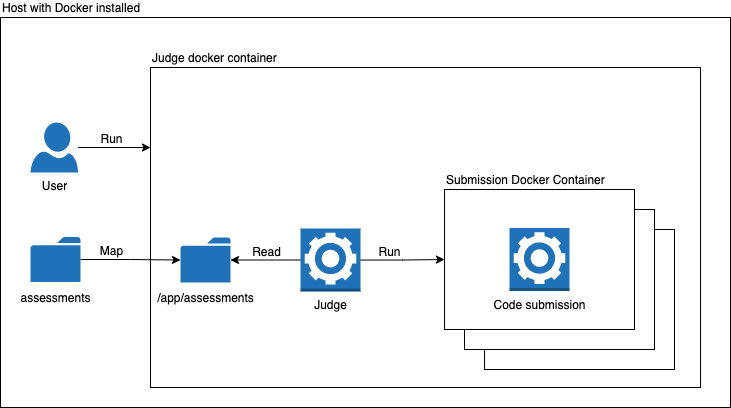
Above: .github/blobs/JudgePackageDiagram.png in shumutun/bluescape (draw.io), before the change. Source tidied: cells renumbered, new cells last; positions are measured from the earlier drawing's top-left corner, leaving out a move shared by most shapes. Its diagram source:
```xml
<mxGraphModel>
  <root>
    <mxCell id="0" />
    <mxCell id="1" parent="0" />
    <mxCell id="2" value="Host with Docker installed" style="whiteSpace=wrap;html=1;labelPosition=center;verticalLabelPosition=top;align=left;verticalAlign=bottom;fillColor=default;" parent="1" vertex="1">
      <mxGeometry width="730" height="390" as="geometry" />
    </mxCell>
    <mxCell id="3" value="Judge docker container" style="rounded=0;whiteSpace=wrap;html=1;fontFamily=Helvetica;fontSize=12;fillColor=default;labelPosition=center;verticalLabelPosition=top;align=left;verticalAlign=bottom;" parent="1" vertex="1">
      <mxGeometry x="150" y="50" width="550" height="320" as="geometry" />
    </mxCell>
    <mxCell id="4" style="rounded=0;whiteSpace=wrap;html=1;fontFamily=Helvetica;fontSize=12;fillColor=default;labelPosition=center;verticalLabelPosition=top;align=left;verticalAlign=bottom;" parent="1" vertex="1">
      <mxGeometry x="484" y="212" width="190" height="140" as="geometry" />
    </mxCell>
    <mxCell id="5" style="rounded=0;whiteSpace=wrap;html=1;fontFamily=Helvetica;fontSize=12;fillColor=default;labelPosition=center;verticalLabelPosition=top;align=left;verticalAlign=bottom;" parent="1" vertex="1">
      <mxGeometry x="464" y="192" width="190" height="140" as="geometry" />
    </mxCell>
    <mxCell id="6" style="edgeStyle=orthogonalEdgeStyle;rounded=0;jettySize=auto;html=1;entryX=0;entryY=0.25;entryDx=0;entryDy=0;" parent="1" edge="1" source="8" target="3">
      <mxGeometry relative="1" as="geometry" />
    </mxCell>
    <mxCell id="7" value="Run" style="edgeLabel;html=1;align=center;verticalAlign=bottom;fontSize=12;fontFamily=Helvetica;labelPosition=center;verticalLabelPosition=top;" parent="6" vertex="1">
      <mxGeometry x="0.09" y="2" relative="1" as="geometry">
        <mxPoint x="-7" y="2" as="offset" />
      </mxGeometry>
    </mxCell>
    <mxCell id="8" value="User" style="verticalLabelPosition=bottom;html=1;verticalAlign=top;align=center;strokeColor=none;fillColor=#2072B8;shape=mxgraph.azure.user;fontFamily=Helvetica;" parent="1" vertex="1">
      <mxGeometry x="30" y="105" width="47.5" height="50" as="geometry" />
    </mxCell>
    <mxCell id="9" style="edgeStyle=orthogonalEdgeStyle;rounded=0;jettySize=auto;html=1;fontFamily=Helvetica;fontSize=12;" parent="1" edge="1" source="11" target="12">
      <mxGeometry relative="1" as="geometry" />
    </mxCell>
    <mxCell id="10" value="Map" style="edgeLabel;html=1;align=center;verticalAlign=bottom;fontSize=12;fontFamily=Helvetica;labelPosition=center;verticalLabelPosition=top;" parent="9" vertex="1">
      <mxGeometry x="-0.26" y="-1" relative="1" as="geometry">
        <mxPoint x="-7" y="-1" as="offset" />
      </mxGeometry>
    </mxCell>
    <mxCell id="11" value="&lt;div style=&quot;background-color: rgb(255, 255, 255); line-height: 18px; font-size: 12px;&quot;&gt;assessments&lt;/div&gt;" style="sketch=0;shadow=0;dashed=0;html=1;strokeColor=none;labelPosition=center;verticalLabelPosition=bottom;verticalAlign=top;outlineConnect=0;align=center;shape=mxgraph.office.concepts.folder;fillColor=#2072B8;fontFamily=Helvetica;fontSize=12;" parent="1" vertex="1">
      <mxGeometry x="30" y="219.5" width="50" height="45" as="geometry" />
    </mxCell>
    <mxCell id="12" value="&lt;div style=&quot;background-color: rgb(255, 255, 255); line-height: 18px; font-size: 12px;&quot;&gt;/app/assessments&lt;/div&gt;" style="sketch=0;shadow=0;dashed=0;html=1;strokeColor=none;labelPosition=center;verticalLabelPosition=bottom;verticalAlign=top;outlineConnect=0;align=center;shape=mxgraph.office.concepts.folder;fillColor=#2072B8;fontFamily=Helvetica;fontSize=12;" parent="1" vertex="1">
      <mxGeometry x="180" y="220" width="50" height="45" as="geometry" />
    </mxCell>
    <mxCell id="13" style="edgeStyle=orthogonalEdgeStyle;rounded=0;jettySize=auto;html=1;fontFamily=Helvetica;fontSize=12;" parent="1" edge="1" source="17" target="12">
      <mxGeometry relative="1" as="geometry" />
    </mxCell>
    <mxCell id="14" value="Read" style="edgeLabel;html=1;align=center;verticalAlign=bottom;fontSize=12;fontFamily=Helvetica;labelPosition=center;verticalLabelPosition=top;" parent="13" vertex="1">
      <mxGeometry relative="1" as="geometry" />
    </mxCell>
    <mxCell id="15" style="edgeStyle=orthogonalEdgeStyle;rounded=0;jettySize=auto;html=1;fontFamily=Helvetica;fontSize=12;labelPosition=center;verticalLabelPosition=top;align=center;verticalAlign=bottom;entryX=0;entryY=0.5;entryDx=0;entryDy=0;" parent="1" edge="1" source="17" target="18">
      <mxGeometry relative="1" as="geometry" />
    </mxCell>
    <mxCell id="16" value="Run" style="edgeLabel;html=1;align=center;verticalAlign=bottom;fontSize=12;fontFamily=Helvetica;labelPosition=center;verticalLabelPosition=top;" parent="15" vertex="1">
      <mxGeometry x="-0.32" relative="1" as="geometry" />
    </mxCell>
    <mxCell id="17" value="Judge" style="outlineConnect=0;dashed=0;verticalLabelPosition=bottom;verticalAlign=top;align=center;html=1;shape=mxgraph.aws3.worker;fillColor=#2072B8;gradientColor=none;fontFamily=Helvetica;fontSize=12;" parent="1" vertex="1">
      <mxGeometry x="300" y="211" width="60" height="63" as="geometry" />
    </mxCell>
    <mxCell id="18" value="Submission Docker Container" style="rounded=0;whiteSpace=wrap;html=1;fontFamily=Helvetica;fontSize=12;fillColor=default;labelPosition=center;verticalLabelPosition=top;align=left;verticalAlign=bottom;" parent="1" vertex="1">
      <mxGeometry x="444" y="172" width="190" height="140" as="geometry" />
    </mxCell>
    <mxCell id="19" value="Code submission" style="dashed=0;verticalLabelPosition=bottom;verticalAlign=top;align=center;html=1;shape=mxgraph.aws3.worker;fillColor=#2072B8;gradientColor=none;fontFamily=Helvetica;fontSize=12;" parent="1" vertex="1">
      <mxGeometry x="509" y="210.5" width="60" height="63" as="geometry" />
    </mxCell>
  </root>
</mxGraphModel>
```
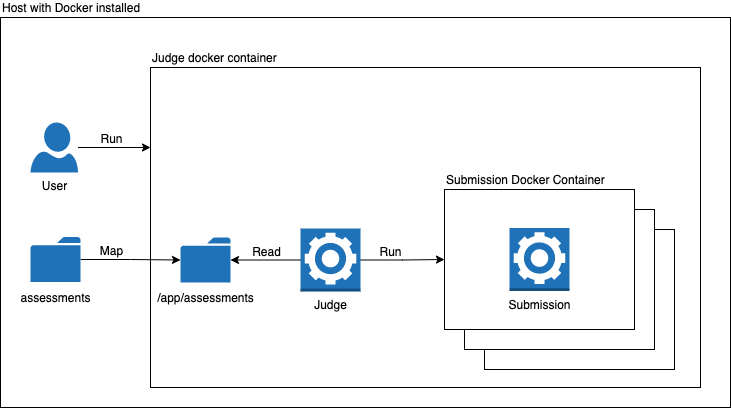
After the change.

Diff of the diagram source:
```diff
@@ -57,7 +57,7 @@
     <mxCell id="18" value="Submission Docker Container" style="rounded=0;whiteSpace=wrap;html=1;fontFamily=Helvetica;fontSize=12;fillColor=default;labelPosition=center;verticalLabelPosition=top;align=left;verticalAlign=bottom;" parent="1" vertex="1">
       <mxGeometry x="444" y="172" width="190" height="140" as="geometry" />
     </mxCell>
-    <mxCell id="19" value="Code submission" style="dashed=0;verticalLabelPosition=bottom;verticalAlign=top;align=center;html=1;shape=mxgraph.aws3.worker;fillColor=#2072B8;gradientColor=none;fontFamily=Helvetica;fontSize=12;" parent="1" vertex="1">
+    <mxCell id="19" value="Submission" style="dashed=0;verticalLabelPosition=bottom;verticalAlign=top;align=center;html=1;shape=mxgraph.aws3.worker;fillColor=#2072B8;gradientColor=none;fontFamily=Helvetica;fontSize=12;" parent="1" vertex="1">
       <mxGeometry x="509" y="210.5" width="60" height="63" as="geometry" />
     </mxCell>
   </root>
```
